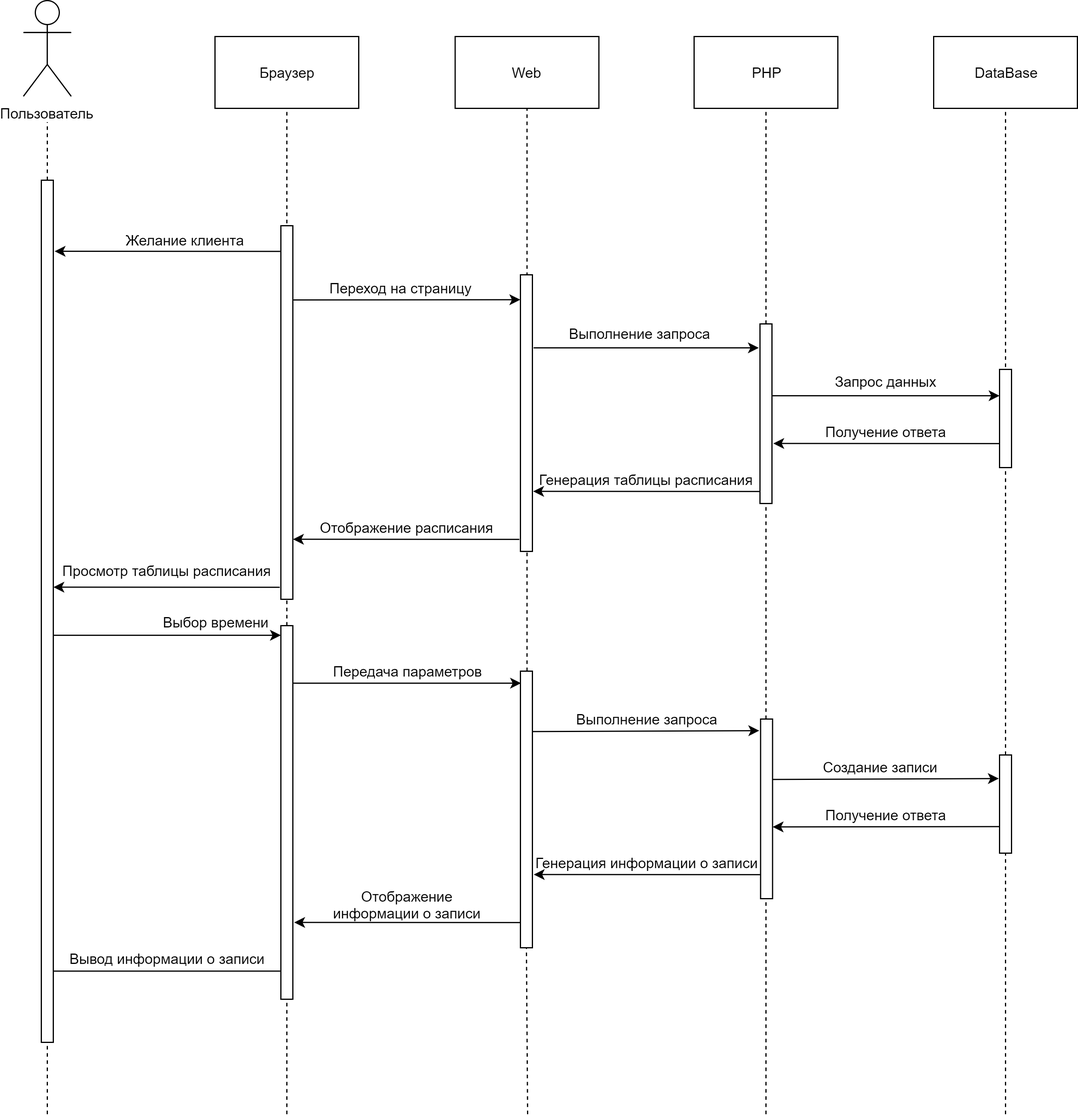
Above: Диаграммы/Диаграмма последовательности записи.png in AntonRakov/vkr (draw.io), before the change. Source tidied: cells renumbered, new cells last; positions are measured from the earlier drawing's top-left corner, leaving out a move shared by most shapes.
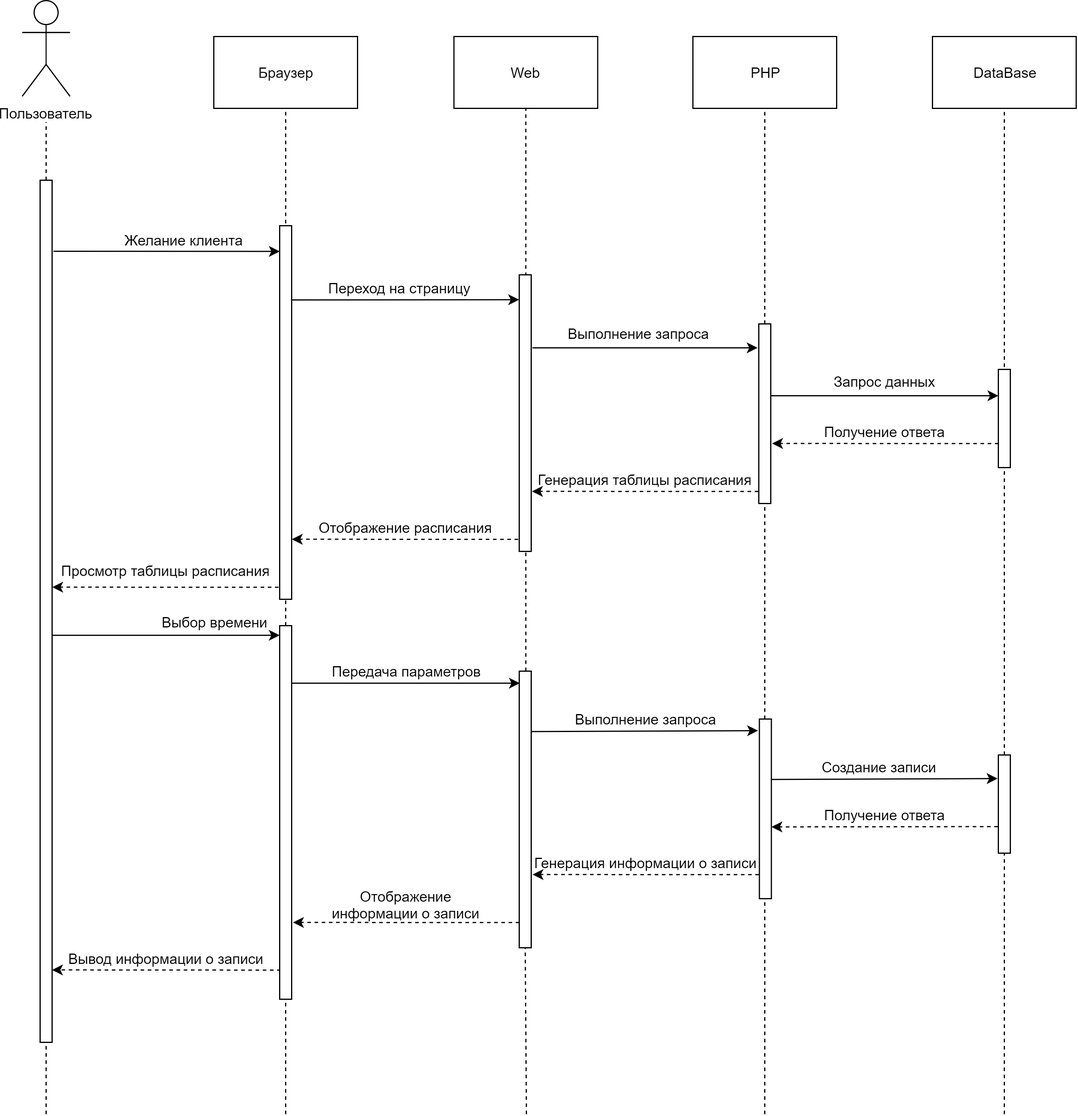
The same file after the commit.

The edit, as a diff of the source:
```diff
@@ -95,13 +95,13 @@
     <mxCell id="28" style="html=1;perimeter=orthogonalPerimeter;" parent="1" vertex="1">
       <mxGeometry x="815" y="308" width="10" height="82" as="geometry" />
     </mxCell>
-    <mxCell id="29" style="endArrow=classic;html=1;entryX=1.062;entryY=0.312;entryDx=0;entryDy=0;entryPerimeter=0;exitX=-0.042;exitY=0.256;exitDx=0;exitDy=0;exitPerimeter=0;" parent="1" edge="1">
+    <mxCell id="29" style="endArrow=classic;html=1;entryX=1.062;entryY=0.312;entryDx=0;entryDy=0;entryPerimeter=0;exitX=-0.042;exitY=0.256;exitDx=0;exitDy=0;exitPerimeter=0;strokeColor=#000000;dashed=1;" parent="1" edge="1">
       <mxGeometry relative="1" as="geometry">
         <mxPoint x="614.6" y="410" as="sourcePoint" />
         <mxPoint x="425.6" y="409.8" as="targetPoint" />
       </mxGeometry>
     </mxCell>
-    <mxCell id="30" style="endArrow=classic;html=1;entryX=1.062;entryY=0.312;entryDx=0;entryDy=0;entryPerimeter=0;exitX=-0.042;exitY=0.256;exitDx=0;exitDy=0;exitPerimeter=0;" parent="1" edge="1">
+    <mxCell id="30" style="endArrow=classic;html=1;entryX=1.062;entryY=0.312;entryDx=0;entryDy=0;entryPerimeter=0;exitX=-0.042;exitY=0.256;exitDx=0;exitDy=0;exitPerimeter=0;dashed=1;" parent="1" edge="1">
       <mxGeometry relative="1" as="geometry">
         <mxPoint x="414.1" y="450" as="sourcePoint" />
         <mxPoint x="225.1" y="449.8" as="targetPoint" />
@@ -134,7 +134,7 @@
     <mxCell id="36" value="Получение ответа" style="text;html=1;align=center;verticalAlign=middle;" parent="1" vertex="1">
       <mxGeometry x="660.5" y="670" width="120" height="20" as="geometry" />
     </mxCell>
-    <mxCell id="37" style="endArrow=classic;html=1;entryX=1.007;entryY=0.278;entryDx=0;entryDy=0;entryPerimeter=0;exitX=-0.091;exitY=0.192;exitDx=0;exitDy=0;exitPerimeter=0;" parent="1" edge="1">
+    <mxCell id="37" style="endArrow=classic;html=1;entryX=1.007;entryY=0.278;entryDx=0;entryDy=0;entryPerimeter=0;exitX=-0.091;exitY=0.192;exitDx=0;exitDy=0;exitPerimeter=0;dashed=1;" parent="1" edge="1">
       <mxGeometry relative="1" as="geometry">
         <mxPoint x="814.6" y="689.8" as="sourcePoint" />
         <mxPoint x="625.6" y="690.1" as="targetPoint" />
@@ -146,7 +146,7 @@
         <mxPoint x="815" y="330" as="targetPoint" />
       </mxGeometry>
     </mxCell>
-    <mxCell id="39" style="endArrow=classic;html=1;entryX=1.062;entryY=0.312;entryDx=0;entryDy=0;entryPerimeter=0;exitX=-0.042;exitY=0.256;exitDx=0;exitDy=0;exitPerimeter=0;" parent="1" edge="1">
+    <mxCell id="39" style="endArrow=classic;html=1;entryX=1.062;entryY=0.312;entryDx=0;entryDy=0;entryPerimeter=0;exitX=-0.042;exitY=0.256;exitDx=0;exitDy=0;exitPerimeter=0;dashed=1;" parent="1" edge="1">
       <mxGeometry relative="1" as="geometry">
         <mxPoint x="815.1" y="370" as="sourcePoint" />
         <mxPoint x="626.1" y="369.8" as="targetPoint" />
@@ -155,7 +155,7 @@
     <mxCell id="40" value="Генерация информации о записи" style="text;html=1;align=center;verticalAlign=middle;" parent="1" vertex="1">
       <mxGeometry x="420.5" y="710" width="200" height="20" as="geometry" />
     </mxCell>
-    <mxCell id="41" style="endArrow=classic;html=1;entryX=1.062;entryY=0.312;entryDx=0;entryDy=0;entryPerimeter=0;exitX=-0.042;exitY=0.256;exitDx=0;exitDy=0;exitPerimeter=0;" parent="1" edge="1">
+    <mxCell id="41" style="endArrow=classic;html=1;entryX=1.062;entryY=0.312;entryDx=0;entryDy=0;entryPerimeter=0;exitX=-0.042;exitY=0.256;exitDx=0;exitDy=0;exitPerimeter=0;dashed=1;" parent="1" edge="1">
       <mxGeometry relative="1" as="geometry">
         <mxPoint x="615.1" y="730" as="sourcePoint" />
         <mxPoint x="426.1" y="729.8" as="targetPoint" />
@@ -164,22 +164,16 @@
     <mxCell id="42" value="Отображение&lt;br&gt;информации о записи" style="text;html=1;align=center;verticalAlign=middle;" parent="1" vertex="1">
       <mxGeometry x="250.5" y="740" width="140" height="30" as="geometry" />
     </mxCell>
-    <mxCell id="43" style="endArrow=classic;html=1;entryX=1.062;entryY=0.312;entryDx=0;entryDy=0;entryPerimeter=0;exitX=-0.042;exitY=0.256;exitDx=0;exitDy=0;exitPerimeter=0;" parent="1" edge="1">
+    <mxCell id="43" style="endArrow=classic;html=1;entryX=1.062;entryY=0.312;entryDx=0;entryDy=0;entryPerimeter=0;exitX=-0.042;exitY=0.256;exitDx=0;exitDy=0;exitPerimeter=0;dashed=1;" parent="1" edge="1">
       <mxGeometry relative="1" as="geometry">
         <mxPoint x="415.1" y="770" as="sourcePoint" />
         <mxPoint x="226.1" y="769.8" as="targetPoint" />
       </mxGeometry>
     </mxCell>
-    <mxCell id="44" style="edgeStyle=orthogonalEdgeStyle;rounded=0;orthogonalLoop=1;jettySize=auto;html=1;endArrow=none;endFill=0;startArrow=classic;startFill=1;" parent="1" edge="1">
-      <mxGeometry relative="1" as="geometry">
-        <mxPoint x="15.5" y="810.5" as="sourcePoint" />
-        <mxPoint x="215.5" y="810.5" as="targetPoint" />
-      </mxGeometry>
-    </mxCell>
     <mxCell id="45" value="Вывод информации о записи" style="text;html=1;align=center;verticalAlign=middle;" parent="1" vertex="1">
       <mxGeometry x="30.5" y="790" width="180" height="20" as="geometry" />
     </mxCell>
-    <mxCell id="46" style="endArrow=classic;html=1;entryX=1.062;entryY=0.312;entryDx=0;entryDy=0;entryPerimeter=0;exitX=-0.042;exitY=0.256;exitDx=0;exitDy=0;exitPerimeter=0;" parent="1" edge="1">
+    <mxCell id="46" style="endArrow=classic;html=1;entryX=1.062;entryY=0.312;entryDx=0;entryDy=0;entryPerimeter=0;exitX=-0.042;exitY=0.256;exitDx=0;exitDy=0;exitPerimeter=0;dashed=1;" parent="1" edge="1">
       <mxGeometry relative="1" as="geometry">
         <mxPoint x="214.1" y="490" as="sourcePoint" />
         <mxPoint x="25.1" y="489.8" as="targetPoint" />
@@ -191,7 +185,7 @@
         <mxPoint x="215" y="530" as="targetPoint" />
       </mxGeometry>
     </mxCell>
-    <mxCell id="48" style="endArrow=classic;html=1;entryX=1.062;entryY=0.312;entryDx=0;entryDy=0;entryPerimeter=0;exitX=-0.042;exitY=0.256;exitDx=0;exitDy=0;exitPerimeter=0;" parent="1" edge="1">
+    <mxCell id="48" style="endArrow=none;html=1;entryX=1.062;entryY=0.312;entryDx=0;entryDy=0;entryPerimeter=0;exitX=-0.042;exitY=0.256;exitDx=0;exitDy=0;exitPerimeter=0;startArrow=classic;startFill=1;endFill=0;" parent="1" edge="1">
       <mxGeometry relative="1" as="geometry">
         <mxPoint x="215.1" y="209.5" as="sourcePoint" />
         <mxPoint x="26.1" y="209.3" as="targetPoint" />
@@ -200,9 +194,6 @@
     <mxCell id="49" style="html=1;points=[];perimeter=orthogonalPerimeter;" parent="1" vertex="1">
       <mxGeometry x="15" y="150" width="10" height="720" as="geometry" />
     </mxCell>
-    <mxCell id="50" style="html=1;points=[];perimeter=orthogonalPerimeter;" parent="1" vertex="1">
-      <mxGeometry x="215" y="522" width="10" height="312" as="geometry" />
-    </mxCell>
     <mxCell id="51" style="html=1;points=[];perimeter=orthogonalPerimeter;" parent="1" vertex="1">
       <mxGeometry x="415" y="560" width="10" height="231" as="geometry" />
     </mxCell>
@@ -222,5 +213,11 @@
         <mxPoint x="820" y="930" as="sourcePoint" />
       </mxGeometry>
     </mxCell>
+    <mxCell id="56" style="endArrow=classic;html=1;entryX=0.993;entryY=0.916;entryDx=0;entryDy=0;entryPerimeter=0;exitX=0.087;exitY=0.922;exitDx=0;exitDy=0;exitPerimeter=0;dashed=1;" parent="1" edge="1" source="50" target="49">
+      <mxGeometry relative="1" as="geometry" />
+    </mxCell>
+    <mxCell id="50" style="html=1;points=[];perimeter=orthogonalPerimeter;" parent="1" vertex="1">
+      <mxGeometry x="215" y="522" width="10" height="312" as="geometry" />
+    </mxCell>
   </root>
 </mxGraphModel>
```
